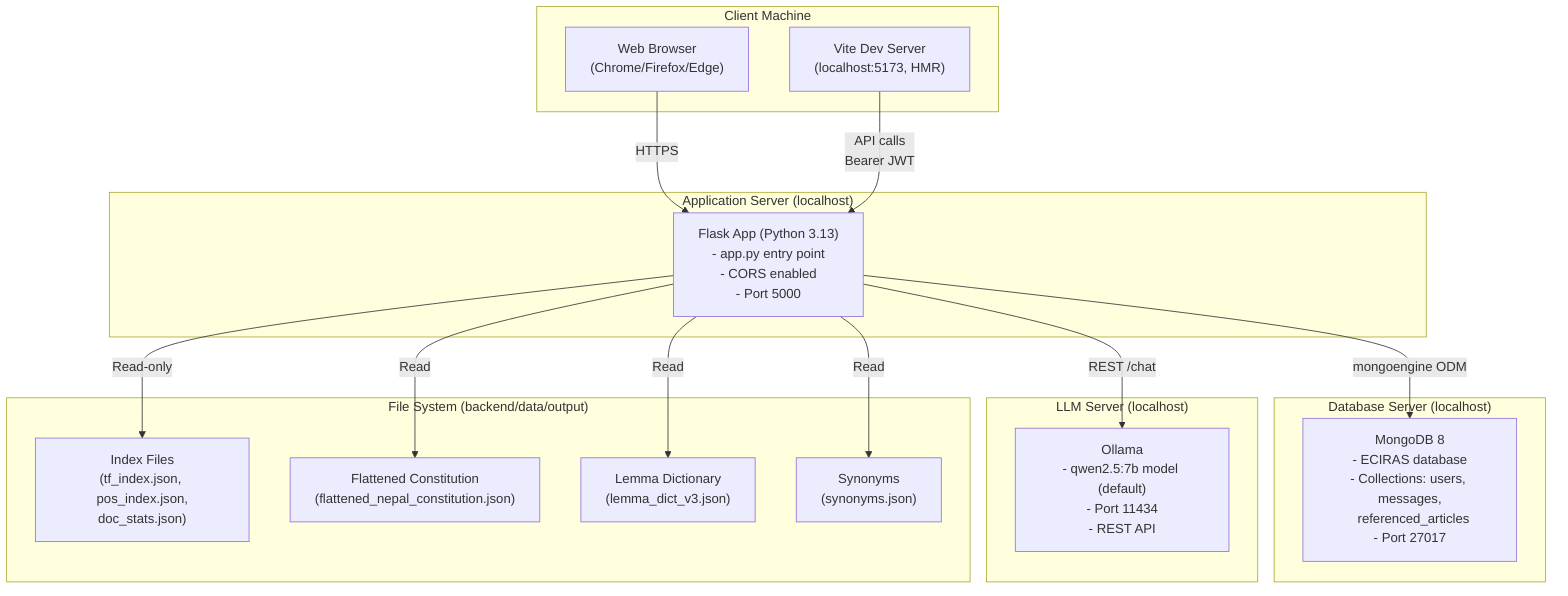
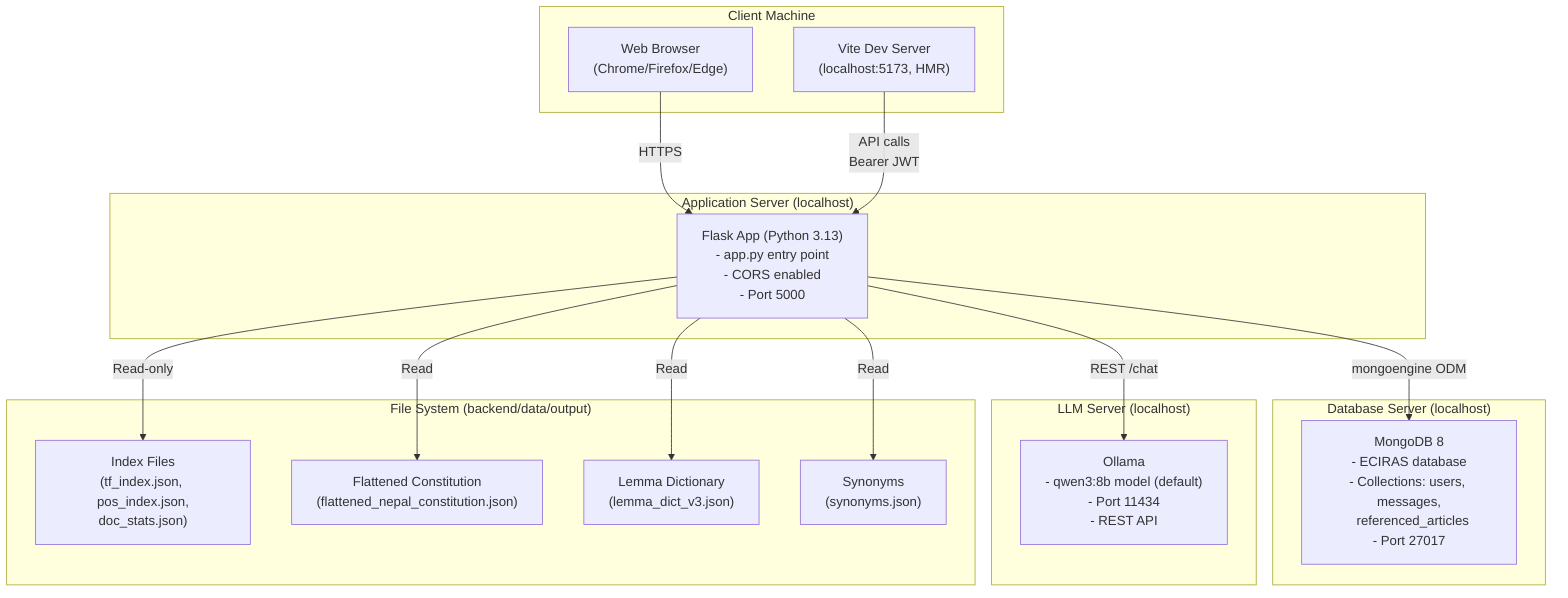
graph TD
    subgraph ClientNode["Client Machine"]
        Browser["Web Browser<br/>(Chrome/Firefox/Edge)"]
        DevServer["Vite Dev Server<br/>(localhost:5173, HMR)"]
    end

    subgraph ServerNode["Application Server (localhost)"]
        FlaskApp["Flask App (Python 3.13)<br/>- app.py entry point<br/>- CORS enabled<br/>- Port 5000"]
    end

    subgraph DBNode["Database Server (localhost)"]
        MongoD["MongoDB 8<br/>- ECIRAS database<br/>- Collections: users, messages,<br/>  referenced_articles<br/>- Port 27017"]
    end

    subgraph LLMNode["LLM Server (localhost)"]
-         Ollama["Ollama<br/>- qwen2.5:7b model (default)<br/>- Port 11434<br/>- REST API"]
+         Ollama["Ollama<br/>- qwen3:8b model (default)<br/>- Port 11434<br/>- REST API"]
    end

    subgraph StorageNode["File System (backend/data/output)"]
        Indexes["Index Files<br/>(tf_index.json, pos_index.json,<br/>doc_stats.json)"]
        FlattenedDoc["Flattened Constitution<br/>(flattened_nepal_constitution.json)"]
        LemmaDict["Lemma Dictionary<br/>(lemma_dict_v3.json)"]
        Synonyms["Synonyms<br/>(synonyms.json)"]
    end

    Browser -->|HTTPS| FlaskApp
    DevServer -->|API calls<br/>Bearer JWT| FlaskApp
    FlaskApp -->|mongoengine ODM| MongoD
    FlaskApp -->|Read-only| Indexes
    FlaskApp -->|REST /chat| Ollama
    FlaskApp -->|Read| FlattenedDoc
    FlaskApp -->|Read| LemmaDict
    FlaskApp -->|Read| Synonyms
